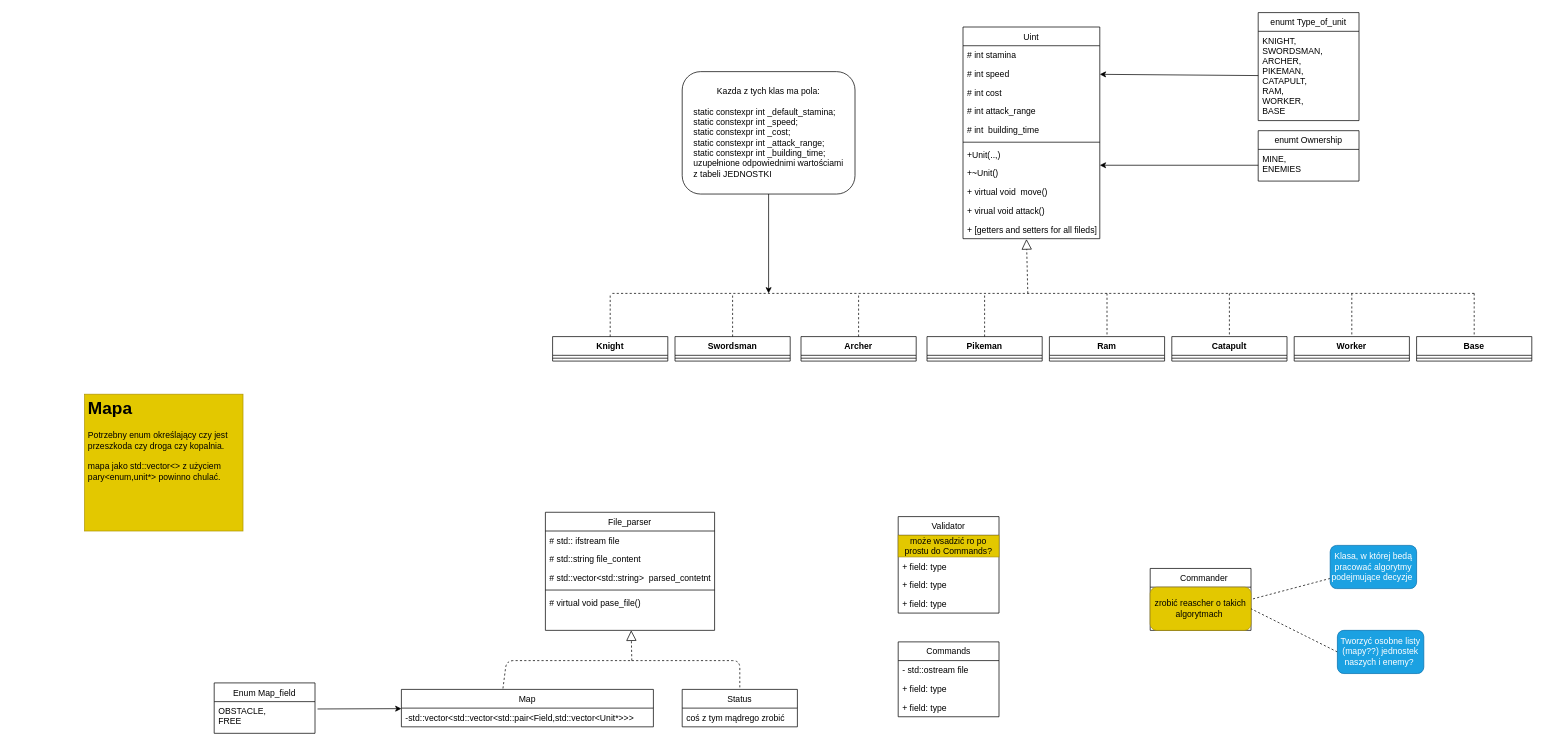
Earlier version of the draw.io diagram diagram/diagram.drawio (PartyKusZ/board_game). Source tidied: cells renumbered, new cells numbered last; positions are measured from the earlier drawing's top-left corner, leaving out a move shared by most shapes. Both pictures are drawn from the tidied source at 72%, with x=0, y=0 at pixel (84, 12).
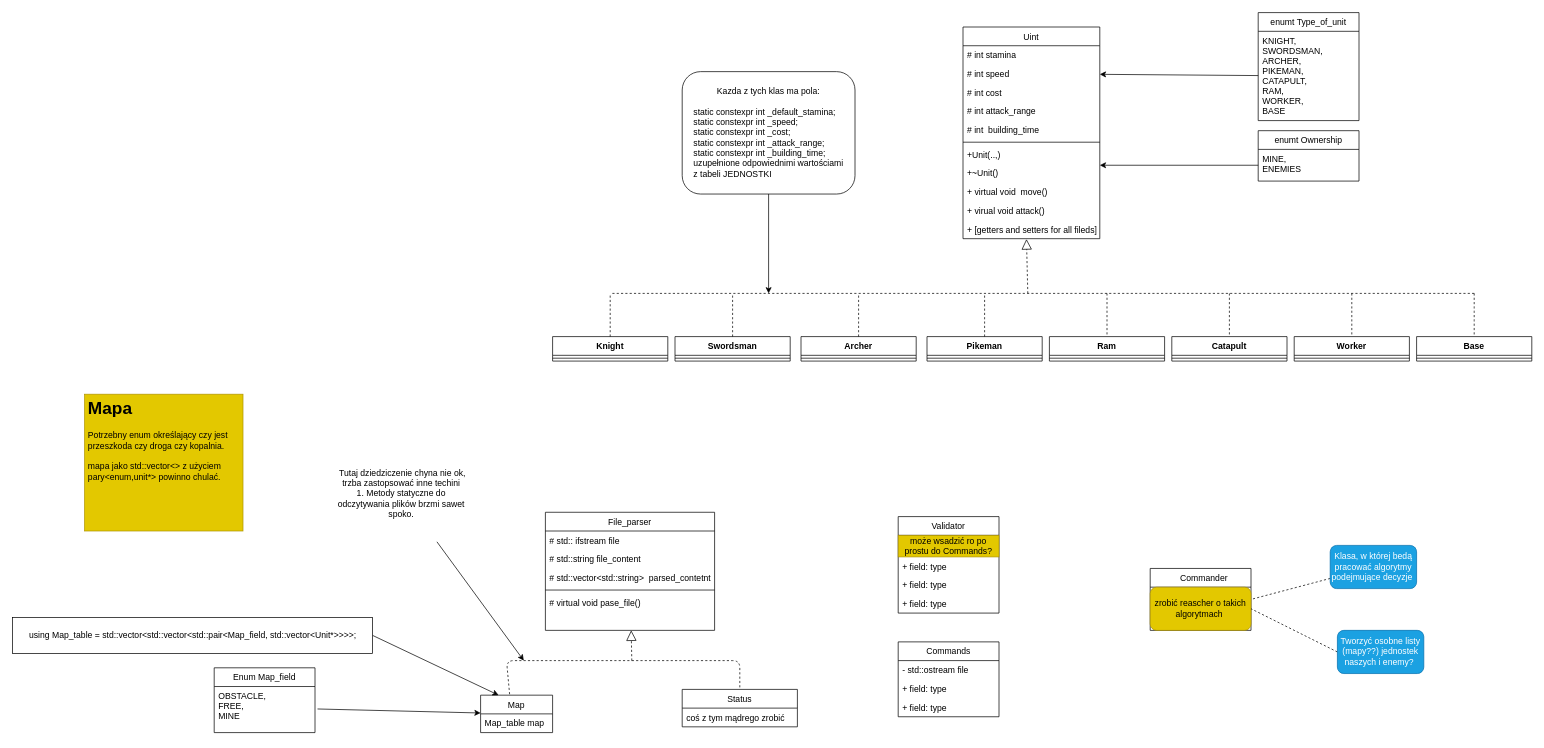
After the change.

Commit message (it also covers changes not shown here):
modyfikacja Map_filed i utowrzenie pliku Map_table zawierajacego skrócenie znawy typu reprezentującego mape

What changed in the source:
```diff
@@
     <mxCell id="30" value="Map" style="swimlane;fontStyle=0;horizontal=1;startSize=26;fillColor=none;strokeColor=default;" parent="1" vertex="1">
-      <mxGeometry x="440" y="940" width="350" height="52" as="geometry" />
+      <mxGeometry x="550" y="948" width="100" height="52" as="geometry" />
     </mxCell>
-    <mxCell id="31" value="-std::vector&lt;std::vector&lt;std::pair&lt;Field,std::vector&lt;Unit*&gt;&gt;&gt;" style="text;strokeColor=none;fillColor=none;align=left;verticalAlign=top;spacingLeft=4;spacingRight=4;overflow=hidden;" parent="30" vertex="1">
-      <mxGeometry y="26" width="350" height="26" as="geometry" />
+    <mxCell id="31" value="Map_table map" style="text;strokeColor=none;fillColor=none;align=left;verticalAlign=top;spacingLeft=4;spacingRight=4;overflow=hidden;" parent="30" vertex="1">
+      <mxGeometry y="26" width="100" height="26" as="geometry" />
     </mxCell>
@@
     <mxCell id="81" value="Enum Map_field" style="swimlane;fontStyle=0;horizontal=1;startSize=26;fillColor=none;" parent="1" vertex="1">
-      <mxGeometry x="180" y="931" width="140" height="70" as="geometry" />
+      <mxGeometry x="180" y="910" width="140" height="90" as="geometry" />
     </mxCell>
-    <mxCell id="82" value="OBSTACLE,&#10;FREE" style="text;strokeColor=none;fillColor=none;align=left;verticalAlign=top;spacingLeft=4;spacingRight=4;overflow=hidden;" parent="81" vertex="1">
-      <mxGeometry y="26" width="140" height="44" as="geometry" />
+    <mxCell id="82" value="OBSTACLE,&#10;FREE,&#10;MINE" style="text;strokeColor=none;fillColor=none;align=left;verticalAlign=top;spacingLeft=4;spacingRight=4;overflow=hidden;" parent="81" vertex="1">
+      <mxGeometry y="26" width="140" height="64" as="geometry" />
     </mxCell>
+    <mxCell id="83" style="edgeStyle=none;html=1;" parent="1" edge="1" source="84">
+      <mxGeometry relative="1" as="geometry">
+        <mxPoint x="610" y="900" as="targetPoint" />
+      </mxGeometry>
+    </mxCell>
+    <mxCell id="84" value="&amp;nbsp;Tutaj dziedziczenie chyna nie ok, trzba zastopsować inne techini&lt;br&gt;1. Metody statyczne do odczytywania plików brzmi sawet spoko.&lt;br&gt;" style="text;html=1;strokeColor=none;fillColor=none;align=center;verticalAlign=middle;whiteSpace=wrap;rounded=0;" parent="1" vertex="1">
+      <mxGeometry x="340" y="600" width="200" height="135" as="geometry" />
+    </mxCell>
+    <mxCell id="85" style="edgeStyle=none;html=1;exitX=1;exitY=0.5;exitDx=0;exitDy=0;entryX=0.25;entryY=0;entryDx=0;entryDy=0;" parent="1" edge="1" source="86" target="30">
+      <mxGeometry relative="1" as="geometry" />
+    </mxCell>
+    <mxCell id="86" value="using Map_table = std::vector&amp;lt;std::vector&amp;lt;std::pair&amp;lt;Map_field, std::vector&amp;lt;Unit*&amp;gt;&amp;gt;&amp;gt;&amp;gt;;" style="html=1;" parent="1" vertex="1">
+      <mxGeometry x="-100" y="840" width="500" height="50" as="geometry" />
+    </mxCell>
```
